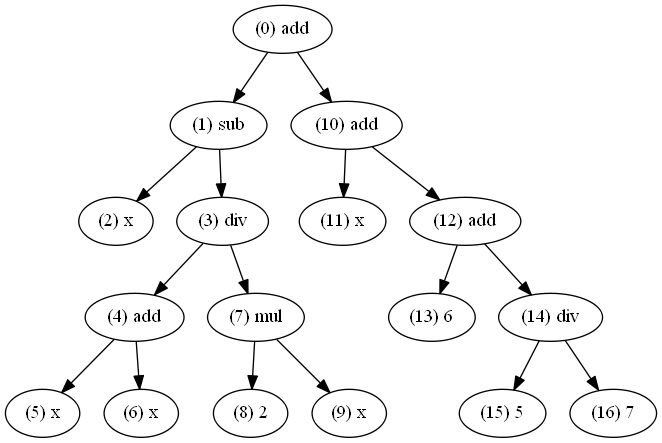
This is GeneticProgramming/Digraph.gv.png from KobayashiKatsuki/EvolutionalComputation, a Graphviz export, as it was before one commit. Its source is kept beside it as GeneticProgramming/Digraph.gv.
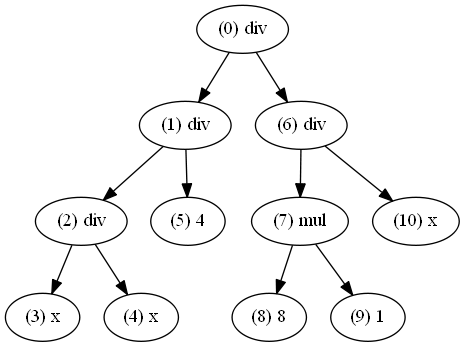
Later version of the same file.

Change to the diagram source:
```diff
@@ -1,35 +1,23 @@
 digraph {
-	"(0) add"
-	"(0) add" -> "(1) sub"
-	"(0) add" -> "(10) add"
-	"(1) sub"
-	"(1) sub" -> "(2) x"
-	"(1) sub" -> "(3) div"
-	"(2) x"
-	"(3) div"
-	"(3) div" -> "(4) add"
-	"(3) div" -> "(7) mul"
-	"(4) add"
-	"(4) add" -> "(5) x"
-	"(4) add" -> "(6) x"
-	"(5) x"
-	"(6) x"
+	"(0) div"
+	"(0) div" -> "(1) div"
+	"(0) div" -> "(6) div"
+	"(1) div"
+	"(1) div" -> "(2) div"
+	"(1) div" -> "(5) 4"
+	"(2) div"
+	"(2) div" -> "(3) x"
+	"(2) div" -> "(4) x"
+	"(3) x"
+	"(4) x"
+	"(5) 4"
+	"(6) div"
+	"(6) div" -> "(7) mul"
+	"(6) div" -> "(10) x"
 	"(7) mul"
-	"(7) mul" -> "(8) 2"
-	"(7) mul" -> "(9) x"
-	"(8) 2"
-	"(9) x"
-	"(10) add"
-	"(10) add" -> "(11) x"
-	"(10) add" -> "(12) add"
-	"(11) x"
-	"(12) add"
-	"(12) add" -> "(13) 6"
-	"(12) add" -> "(14) div"
-	"(13) 6"
-	"(14) div"
-	"(14) div" -> "(15) 5"
-	"(14) div" -> "(16) 7"
-	"(15) 5"
-	"(16) 7"
+	"(7) mul" -> "(8) 8"
+	"(7) mul" -> "(9) 1"
+	"(8) 8"
+	"(9) 1"
+	"(10) x"
 }
```
